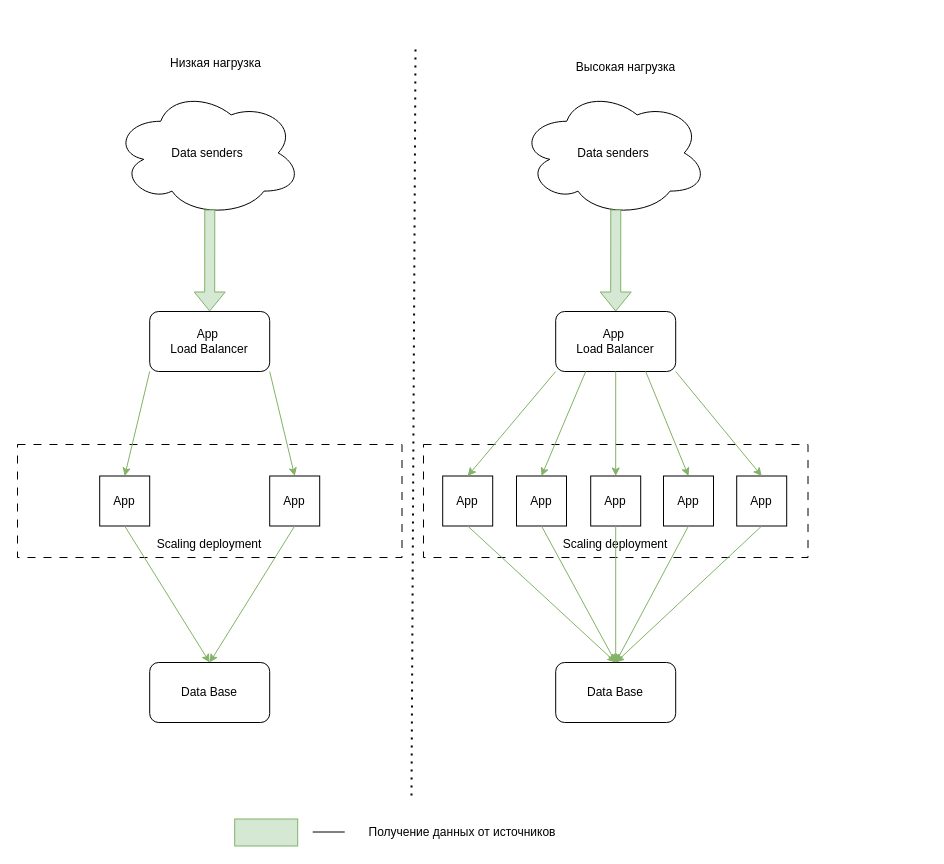
Before: text/diploma scaling.drawio in SkiStalker/BachelorsDegree, a draw.io diagram. Source tidied: cells renumbered, new cells numbered last; positions are measured from the earlier drawing's top-left corner, leaving out a move shared by most shapes. Both pictures are drawn from the tidied source at 100%, with x=0, y=0 at pixel (17, 48).
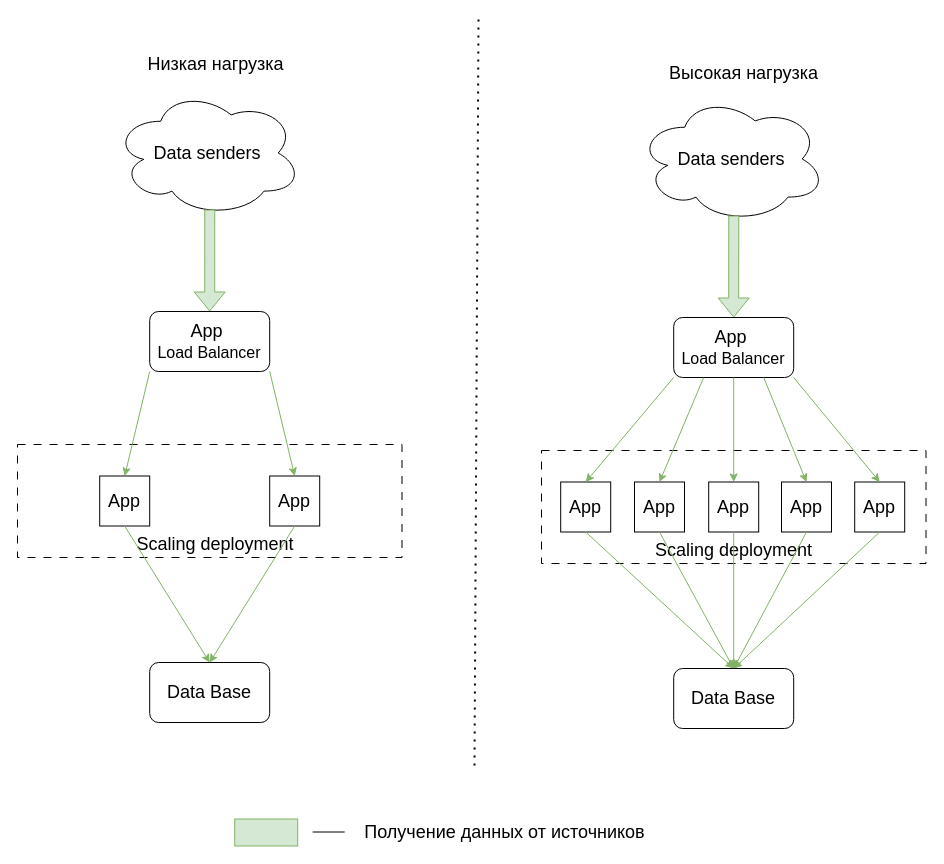
The same diagram, later.

Change to the diagram source:
```diff
@@
-    <mxCell id="2" value="App&amp;nbsp;&lt;div&gt;&lt;span style=&quot;background-color: initial;&quot;&gt;Load Balancer&lt;/span&gt;&lt;br&gt;&lt;/div&gt;" style="rounded=1;whiteSpace=wrap;html=1;" parent="1" vertex="1">
+    <mxCell id="2" value="&lt;font style=&quot;font-size: 18px;&quot;&gt;App&amp;nbsp;&lt;/font&gt;&lt;div&gt;&lt;span style=&quot;background-color: initial;&quot;&gt;&lt;font size=&quot;3&quot;&gt;Load Balancer&lt;/font&gt;&lt;/span&gt;&lt;br&gt;&lt;/div&gt;" style="rounded=1;whiteSpace=wrap;html=1;" parent="1" vertex="1">
       <mxGeometry x="132.2" y="263" width="120" height="60" as="geometry" />
     </mxCell>
@@
-    <mxCell id="4" value="Scaling deployment" style="text;html=1;align=center;verticalAlign=middle;whiteSpace=wrap;rounded=0;" parent="1" vertex="1">
-      <mxGeometry x="122.2" y="481" width="140" height="30" as="geometry" />
+    <mxCell id="4" value="&lt;font style=&quot;font-size: 18px;&quot;&gt;Scaling deployment&lt;/font&gt;" style="text;html=1;align=center;verticalAlign=middle;whiteSpace=wrap;rounded=0;" parent="1" vertex="1">
+      <mxGeometry x="114.4" y="481" width="167.8" height="30" as="geometry" />
     </mxCell>
-    <mxCell id="5" value="App" style="whiteSpace=wrap;html=1;" parent="1" vertex="1">
+    <mxCell id="5" value="&lt;font style=&quot;font-size: 18px;&quot;&gt;App&lt;/font&gt;" style="whiteSpace=wrap;html=1;" parent="1" vertex="1">
       <mxGeometry x="82.2" y="427.5" width="50" height="50" as="geometry" />
     </mxCell>
-    <mxCell id="6" value="App" style="whiteSpace=wrap;html=1;" parent="1" vertex="1">
+    <mxCell id="6" value="&lt;font style=&quot;font-size: 18px;&quot;&gt;App&lt;/font&gt;" style="whiteSpace=wrap;html=1;" parent="1" vertex="1">
       <mxGeometry x="252.2" y="427.5" width="50" height="50" as="geometry" />
     </mxCell>
@@
-    <mxCell id="9" value="&lt;span style=&quot;background-color: rgb(255, 255, 255);&quot;&gt;Data Base&lt;/span&gt;" style="rounded=1;whiteSpace=wrap;html=1;" parent="1" vertex="1">
+    <mxCell id="9" value="&lt;span style=&quot;background-color: rgb(255, 255, 255);&quot;&gt;&lt;font style=&quot;font-size: 18px;&quot;&gt;Data Base&lt;/font&gt;&lt;/span&gt;" style="rounded=1;whiteSpace=wrap;html=1;" parent="1" vertex="1">
       <mxGeometry x="132.2" y="614" width="120" height="60" as="geometry" />
     </mxCell>
@@
-    <mxCell id="12" value="Data senders" style="ellipse;shape=cloud;whiteSpace=wrap;html=1;" parent="1" vertex="1">
+    <mxCell id="12" value="&lt;font style=&quot;font-size: 18px;&quot;&gt;Data senders&lt;/font&gt;" style="ellipse;shape=cloud;whiteSpace=wrap;html=1;" parent="1" vertex="1">
       <mxGeometry x="96.2" y="41" width="188" height="127" as="geometry" />
     </mxCell>
@@
-    <mxCell id="15" value="Получение данных от источников" style="text;html=1;align=center;verticalAlign=middle;whiteSpace=wrap;rounded=0;" parent="1" vertex="1">
-      <mxGeometry x="317.2" y="769" width="256" height="30" as="geometry" />
+    <mxCell id="15" value="&lt;font style=&quot;font-size: 18px;&quot;&gt;Получение данных от источников&lt;/font&gt;" style="text;html=1;align=center;verticalAlign=middle;whiteSpace=wrap;rounded=0;" parent="1" vertex="1">
+      <mxGeometry x="340.1" y="769" width="294.8" height="30" as="geometry" />
     </mxCell>
@@
-    <mxCell id="17" value="Низкая нагрузка" style="text;html=1;align=center;verticalAlign=middle;strokeColor=none;fillColor=none;" parent="1" vertex="1">
-      <mxGeometry x="143.2" y="2" width="109" height="26" as="geometry" />
+    <mxCell id="17" value="&lt;font style=&quot;font-size: 18px;&quot;&gt;Низкая нагрузка&lt;/font&gt;" style="text;html=1;align=center;verticalAlign=middle;strokeColor=none;fillColor=none;" parent="1" vertex="1">
+      <mxGeometry x="121.2" y="-1" width="154" height="34" as="geometry" />
     </mxCell>
-    <mxCell id="18" value="App&amp;nbsp;&lt;div&gt;&lt;span style=&quot;background-color: initial;&quot;&gt;Load Balancer&lt;/span&gt;&lt;br&gt;&lt;/div&gt;" style="rounded=1;whiteSpace=wrap;html=1;" parent="1" vertex="1">
-      <mxGeometry x="538.2" y="263" width="120" height="60" as="geometry" />
+    <mxCell id="18" value="&lt;font style=&quot;font-size: 18px;&quot;&gt;App&amp;nbsp;&lt;/font&gt;&lt;div&gt;&lt;span style=&quot;background-color: initial;&quot;&gt;&lt;font size=&quot;3&quot;&gt;Load Balancer&lt;/font&gt;&lt;/span&gt;&lt;br&gt;&lt;/div&gt;" style="rounded=1;whiteSpace=wrap;html=1;" parent="1" vertex="1">
+      <mxGeometry x="656.2" y="269" width="120" height="60" as="geometry" />
     </mxCell>
     <mxCell id="19" style="rounded=0;whiteSpace=wrap;html=1;dashed=1;dashPattern=8 8;" parent="1" vertex="1">
-      <mxGeometry x="406" y="396" width="384.5" height="113" as="geometry" />
+      <mxGeometry x="524" y="402" width="384.5" height="113" as="geometry" />
     </mxCell>
-    <mxCell id="20" value="Scaling deployment" style="text;html=1;align=center;verticalAlign=middle;whiteSpace=wrap;rounded=0;" parent="1" vertex="1">
-      <mxGeometry x="528.2" y="481" width="140" height="30" as="geometry" />
+    <mxCell id="20" value="&lt;font style=&quot;font-size: 18px;&quot;&gt;Scaling deployment&lt;/font&gt;" style="text;html=1;align=center;verticalAlign=middle;whiteSpace=wrap;rounded=0;" parent="1" vertex="1">
+      <mxGeometry x="634.9" y="487" width="162.8" height="30" as="geometry" />
     </mxCell>
-    <mxCell id="21" value="App" style="whiteSpace=wrap;html=1;" parent="1" vertex="1">
-      <mxGeometry x="573.2" y="427.5" width="50" height="50" as="geometry" />
+    <mxCell id="21" value="&lt;font style=&quot;font-size: 18px;&quot;&gt;App&lt;/font&gt;" style="whiteSpace=wrap;html=1;" parent="1" vertex="1">
+      <mxGeometry x="691.2" y="433.5" width="50" height="50" as="geometry" />
     </mxCell>
-    <mxCell id="22" value="App" style="whiteSpace=wrap;html=1;" parent="1" vertex="1">
-      <mxGeometry x="425.2" y="427.5" width="50" height="50" as="geometry" />
+    <mxCell id="22" value="&lt;font style=&quot;font-size: 18px;&quot;&gt;App&lt;/font&gt;" style="whiteSpace=wrap;html=1;" parent="1" vertex="1">
+      <mxGeometry x="543.2" y="433.5" width="50" height="50" as="geometry" />
     </mxCell>
-    <mxCell id="23" value="App" style="whiteSpace=wrap;html=1;" parent="1" vertex="1">
-      <mxGeometry x="719.2" y="427.5" width="50" height="50" as="geometry" />
+    <mxCell id="23" value="&lt;font style=&quot;font-size: 18px;&quot;&gt;App&lt;/font&gt;" style="whiteSpace=wrap;html=1;" parent="1" vertex="1">
+      <mxGeometry x="837.2" y="433.5" width="50" height="50" as="geometry" />
     </mxCell>
@@
-    <mxCell id="27" value="&lt;span style=&quot;background-color: rgb(255, 255, 255);&quot;&gt;Data Base&lt;/span&gt;" style="rounded=1;whiteSpace=wrap;html=1;" parent="1" vertex="1">
-      <mxGeometry x="538.2" y="614" width="120" height="60" as="geometry" />
+    <mxCell id="27" value="&lt;span style=&quot;background-color: rgb(255, 255, 255);&quot;&gt;&lt;font style=&quot;font-size: 18px;&quot;&gt;Data Base&lt;/font&gt;&lt;/span&gt;" style="rounded=1;whiteSpace=wrap;html=1;" parent="1" vertex="1">
+      <mxGeometry x="656.2" y="620" width="120" height="60" as="geometry" />
     </mxCell>
@@
-    <mxCell id="31" value="Data senders" style="ellipse;shape=cloud;whiteSpace=wrap;html=1;" parent="1" vertex="1">
-      <mxGeometry x="502.2" y="41" width="188" height="127" as="geometry" />
+    <mxCell id="31" value="&lt;font style=&quot;font-size: 18px;&quot;&gt;Data senders&lt;/font&gt;" style="ellipse;shape=cloud;whiteSpace=wrap;html=1;" parent="1" vertex="1">
+      <mxGeometry x="620.2" y="47" width="188" height="127" as="geometry" />
     </mxCell>
@@
-    <mxCell id="33" value="App" style="whiteSpace=wrap;html=1;" parent="1" vertex="1">
-      <mxGeometry x="499" y="427.5" width="50" height="50" as="geometry" />
+    <mxCell id="33" value="&lt;font style=&quot;font-size: 18px;&quot;&gt;App&lt;/font&gt;" style="whiteSpace=wrap;html=1;" parent="1" vertex="1">
+      <mxGeometry x="617" y="433.5" width="50" height="50" as="geometry" />
     </mxCell>
-    <mxCell id="34" value="App" style="whiteSpace=wrap;html=1;" parent="1" vertex="1">
-      <mxGeometry x="646" y="427.5" width="50" height="50" as="geometry" />
+    <mxCell id="34" value="&lt;font style=&quot;font-size: 18px;&quot;&gt;App&lt;/font&gt;" style="whiteSpace=wrap;html=1;" parent="1" vertex="1">
+      <mxGeometry x="764" y="433.5" width="50" height="50" as="geometry" />
     </mxCell>
@@
-    <mxCell id="38" value="Высокая нагрузка" style="text;html=1;align=center;verticalAlign=middle;strokeColor=none;fillColor=none;" parent="1" vertex="1">
-      <mxGeometry x="549" y="6" width="117" height="26" as="geometry" />
+    <mxCell id="38" value="&lt;font style=&quot;font-size: 18px;&quot;&gt;Высокая нагрузка&lt;/font&gt;" style="text;html=1;align=center;verticalAlign=middle;strokeColor=none;fillColor=none;" parent="1" vertex="1">
+      <mxGeometry x="642" y="8" width="167" height="34" as="geometry" />
     </mxCell>
@@
     <mxCell id="40" style="endArrow=none;dashed=1;html=1;dashPattern=1 3;strokeWidth=2;rounded=0;" parent="1" edge="1">
       <mxGeometry relative="1" as="geometry">
-        <mxPoint x="394" y="747" as="sourcePoint" />
-        <mxPoint x="398" as="targetPoint" />
+        <mxPoint x="457" y="717" as="sourcePoint" />
+        <mxPoint x="461" y="-30" as="targetPoint" />
       </mxGeometry>
     </mxCell>
```
